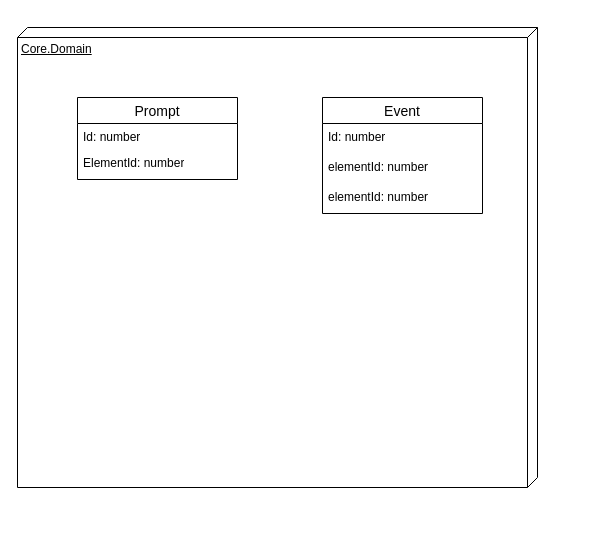
Earlier version of the draw.io diagram page "Logival view" (2 of 5) of 4+1.drawio (luukvankooten/draw.io). Source tidied: cells renumbered, new cells numbered last; positions are measured from the earlier drawing's top-left corner, leaving out a move shared by most shapes. Both pictures are drawn from the tidied source at 100%, with x=0, y=0 at pixel (17, 27).
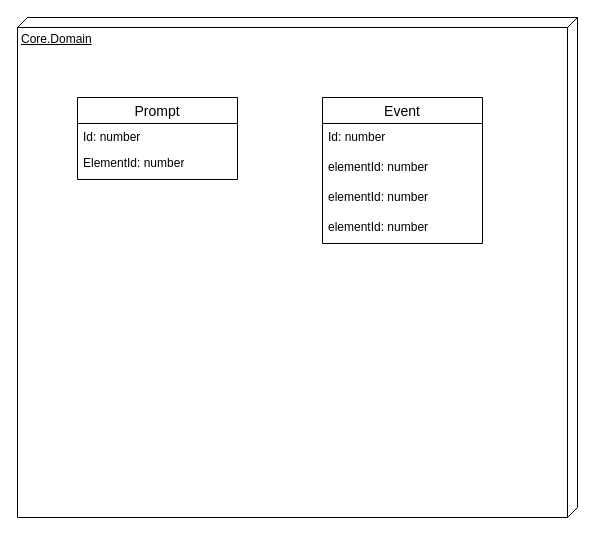
Above is the later version.

Diff of the diagram source:
```diff
@@
 <mxGraphModel>
   <root>
     <mxCell id="0" />
     <mxCell id="1" parent="0" />
     <mxCell id="2" value="Core.Domain" style="verticalAlign=top;align=left;spacingTop=8;spacingLeft=2;spacingRight=12;shape=cube;size=10;direction=south;fontStyle=4;html=1;whiteSpace=wrap;" parent="1" vertex="1">
-      <mxGeometry width="520" height="460" as="geometry" />
+      <mxGeometry y="-10" width="560" height="500" as="geometry" />
     </mxCell>
     <mxCell id="3" value="Event" style="swimlane;fontStyle=0;horizontal=1;startSize=26;align=center;fontSize=14;" parent="1" vertex="1">
-      <mxGeometry x="305" y="70" width="160" height="116" as="geometry" />
+      <mxGeometry x="305" y="70" width="160" height="146" as="geometry" />
     </mxCell>
     <mxCell id="4" value="Id: number" style="text;strokeColor=none;fillColor=none;spacingLeft=4;spacingRight=4;overflow=hidden;fontSize=12;whiteSpace=wrap;html=1;" parent="3" vertex="1">
       <mxGeometry y="26" width="160" height="30" as="geometry" />
     </mxCell>
     <mxCell id="5" value="elementId: number" style="text;strokeColor=none;fillColor=none;spacingLeft=4;spacingRight=4;overflow=hidden;fontSize=12;whiteSpace=wrap;html=1;" parent="3" vertex="1">
       <mxGeometry y="56" width="160" height="30" as="geometry" />
     </mxCell>
     <mxCell id="6" value="elementId: number" style="text;strokeColor=none;fillColor=none;spacingLeft=4;spacingRight=4;overflow=hidden;fontSize=12;whiteSpace=wrap;html=1;" parent="3" vertex="1">
       <mxGeometry y="86" width="160" height="30" as="geometry" />
     </mxCell>
+    <mxCell id="10" value="elementId: number" style="text;strokeColor=none;fillColor=none;spacingLeft=4;spacingRight=4;overflow=hidden;fontSize=12;whiteSpace=wrap;html=1;" parent="3" vertex="1">
+      <mxGeometry y="116" width="160" height="30" as="geometry" />
+    </mxCell>
     <mxCell id="7" value="Prompt" style="swimlane;fontStyle=0;horizontal=1;startSize=26;align=center;fontSize=14;" parent="1" vertex="1">
       <mxGeometry x="60" y="70" width="160" height="82" as="geometry" />
     </mxCell>
     <mxCell id="8" value="Id: number" style="text;strokeColor=none;fillColor=none;spacingLeft=4;spacingRight=4;overflow=hidden;fontSize=12;whiteSpace=wrap;html=1;" parent="7" vertex="1">
       <mxGeometry y="26" width="160" height="26" as="geometry" />
     </mxCell>
     <mxCell id="9" value="ElementId: number" style="text;strokeColor=none;fillColor=none;spacingLeft=4;spacingRight=4;overflow=hidden;fontSize=12;whiteSpace=wrap;html=1;" parent="7" vertex="1">
       <mxGeometry y="52" width="160" height="30" as="geometry" />
     </mxCell>
   </root>
 </mxGraphModel>
```
